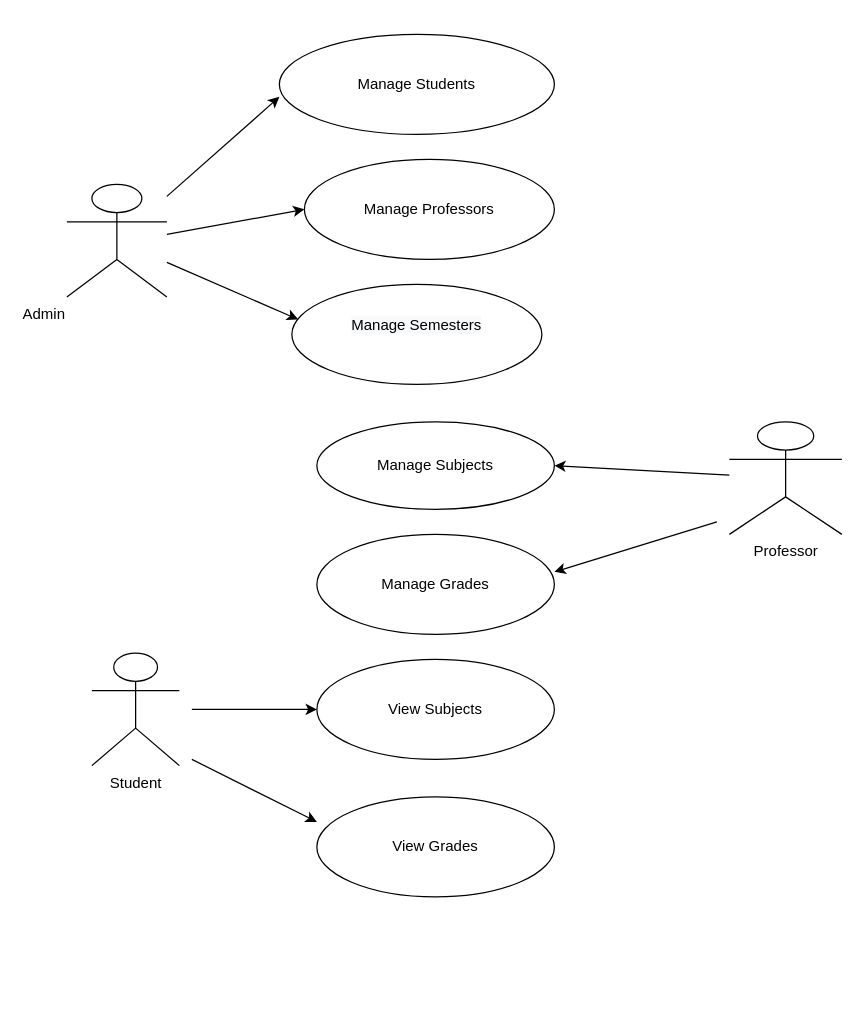
Earlier version of the draw.io diagram Untitled Diagram.drawio (egzoni94/projekti-1). Source tidied: cells renumbered, new cells numbered last; positions are measured from the earlier drawing's top-left corner, leaving out a move shared by most shapes. Both pictures are drawn from the tidied source at 125%, with x=0, y=0 at pixel (66, 34).
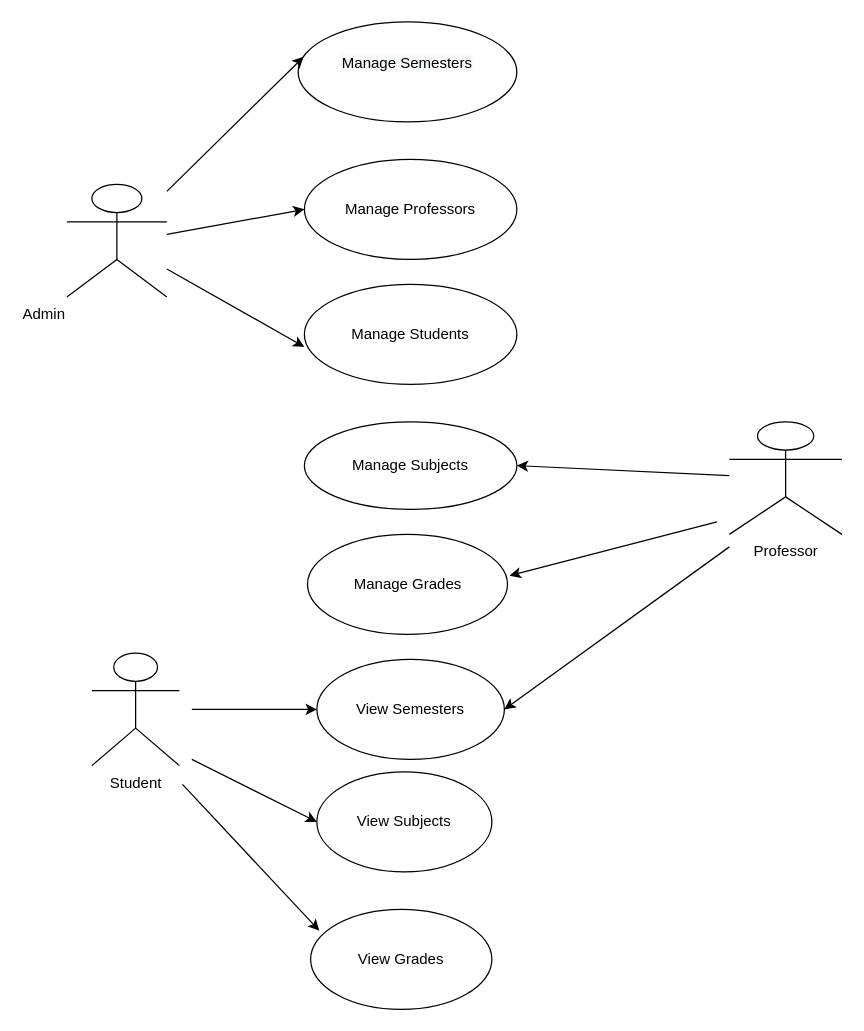
Above is the later version.

Change to the diagram source:
```diff
@@
     <mxCell id="2" value="&#10;&lt;span style=&quot;color: rgb(0, 0, 0); font-family: Helvetica; font-size: 12px; font-style: normal; font-variant-ligatures: normal; font-variant-caps: normal; font-weight: 400; letter-spacing: normal; orphans: 2; text-align: center; text-indent: 0px; text-transform: none; widows: 2; word-spacing: 0px; -webkit-text-stroke-width: 0px; background-color: rgb(248, 249, 250); text-decoration-thickness: initial; text-decoration-style: initial; text-decoration-color: initial; float: none; display: inline !important;&quot;&gt;Manage Semesters&lt;/span&gt;&#10;&#10;" style="ellipse;whiteSpace=wrap;html=1;" parent="1" vertex="1">
-      <mxGeometry x="180" y="200" width="200" height="80" as="geometry" />
+      <mxGeometry x="185" y="-10" width="175" height="80" as="geometry" />
     </mxCell>
     <mxCell id="3" value="View Grades" style="ellipse;whiteSpace=wrap;html=1;" parent="1" vertex="1">
-      <mxGeometry x="200" y="610" width="190" height="80" as="geometry" />
+      <mxGeometry x="195" y="700" width="145" height="80" as="geometry" />
     </mxCell>
     <mxCell id="4" value="Manage Professors" style="ellipse;whiteSpace=wrap;html=1;" parent="1" vertex="1">
-      <mxGeometry x="190" y="100" width="200" height="80" as="geometry" />
+      <mxGeometry x="190" y="100" width="170" height="80" as="geometry" />
     </mxCell>
     <mxCell id="5" value="View Subjects" style="ellipse;whiteSpace=wrap;html=1;" parent="1" vertex="1">
-      <mxGeometry x="200" y="500" width="190" height="80" as="geometry" />
+      <mxGeometry x="200" y="590" width="140" height="80" as="geometry" />
     </mxCell>
     <mxCell id="6" value="Manage Grades" style="ellipse;whiteSpace=wrap;html=1;" parent="1" vertex="1">
-      <mxGeometry x="200" y="400" width="190" height="80" as="geometry" />
+      <mxGeometry x="192.5" y="400" width="160" height="80" as="geometry" />
     </mxCell>
     <mxCell id="7" value="Manage Subjects" style="ellipse;whiteSpace=wrap;html=1;" parent="1" vertex="1">
-      <mxGeometry x="200" y="310" width="190" height="70" as="geometry" />
+      <mxGeometry x="190" y="310" width="170" height="70" as="geometry" />
     </mxCell>
@@
-    <mxCell id="14" style="endArrow=classic;html=1;rounded=0;" parent="1" edge="1">
+    <mxCell id="14" style="endArrow=classic;html=1;rounded=0;entryX=1.011;entryY=0.413;entryDx=0;entryDy=0;entryPerimeter=0;" parent="1" edge="1" target="6">
       <mxGeometry relative="1" as="geometry">
         <mxPoint x="520" y="390" as="sourcePoint" />
-        <mxPoint x="390" y="430" as="targetPoint" />
       </mxGeometry>
     </mxCell>
@@
     <mxCell id="17" value="Manage Students" style="ellipse;whiteSpace=wrap;html=1;" parent="1" vertex="1">
-      <mxGeometry x="170" width="220" height="80" as="geometry" />
+      <mxGeometry x="190" y="200" width="170" height="80" as="geometry" />
     </mxCell>
@@
+    <mxCell id="19" value="View Semesters" style="ellipse;whiteSpace=wrap;html=1;" parent="1" vertex="1">
+      <mxGeometry x="200" y="500" width="150" height="80" as="geometry" />
+    </mxCell>
+    <mxCell id="20" style="endArrow=classic;html=1;rounded=0;entryX=1;entryY=0.5;entryDx=0;entryDy=0;" parent="1" edge="1" target="19">
+      <mxGeometry relative="1" as="geometry">
+        <mxPoint x="530" y="410" as="sourcePoint" />
+      </mxGeometry>
+    </mxCell>
+    <mxCell id="21" style="endArrow=classic;html=1;rounded=0;entryX=0.048;entryY=0.213;entryDx=0;entryDy=0;entryPerimeter=0;" parent="1" edge="1" target="3">
+      <mxGeometry relative="1" as="geometry">
+        <mxPoint x="92.5" y="600" as="sourcePoint" />
+      </mxGeometry>
+    </mxCell>
```
